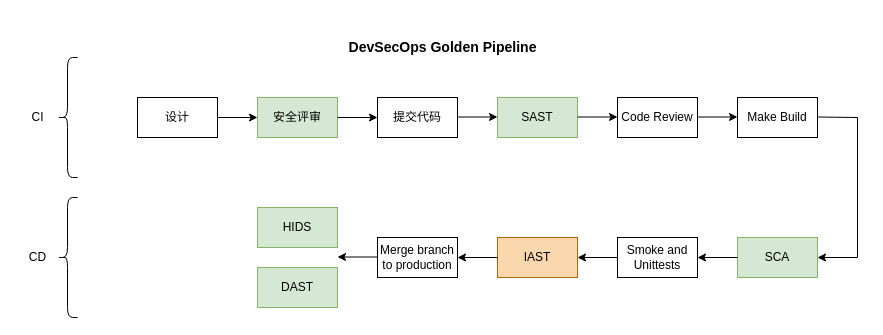
Earlier version of the draw.io diagram CICD.drawio (zzzskd/pictureandor). Source tidied: cells renumbered, new cells numbered last; positions are measured from the earlier drawing's top-left corner, leaving out a move shared by most shapes. Both pictures are drawn from the tidied source at 100%, with x=0, y=0 at pixel (17, 17).
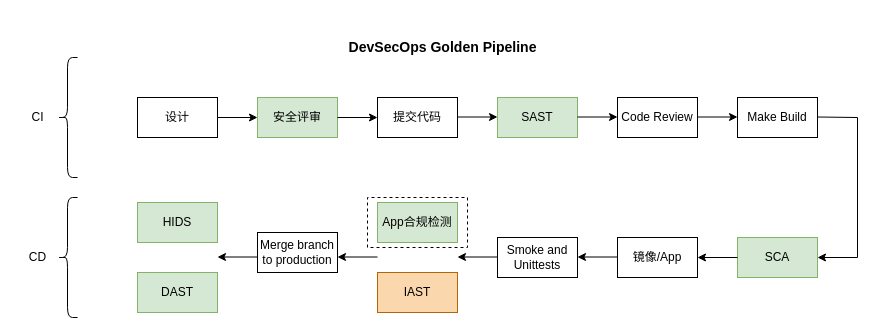
The same page after the edit.

What changed in the source:
```diff
@@
     <mxCell id="9" value="Smoke and Unittests" style="rounded=0;whiteSpace=wrap;html=1;" parent="1" vertex="1">
-      <mxGeometry x="600" y="220" width="80" height="40" as="geometry" />
+      <mxGeometry x="480" y="220" width="80" height="40" as="geometry" />
     </mxCell>
     <mxCell id="10" value="IAST" style="rounded=0;whiteSpace=wrap;html=1;fillColor=#fad7ac;strokeColor=#b46504;" parent="1" vertex="1">
-      <mxGeometry x="480" y="220" width="80" height="40" as="geometry" />
+      <mxGeometry x="360" y="255" width="80" height="40" as="geometry" />
     </mxCell>
     <mxCell id="11" value="Merge branch to production" style="rounded=0;whiteSpace=wrap;html=1;" parent="1" vertex="1">
-      <mxGeometry x="360" y="220" width="80" height="40" as="geometry" />
+      <mxGeometry x="240" y="215" width="80" height="40" as="geometry" />
     </mxCell>
     <mxCell id="12" value="HIDS" style="rounded=0;whiteSpace=wrap;html=1;fillColor=#d5e8d4;strokeColor=#82b366;" parent="1" vertex="1">
-      <mxGeometry x="240" y="190" width="80" height="40" as="geometry" />
+      <mxGeometry x="120" y="185" width="80" height="40" as="geometry" />
     </mxCell>
     <mxCell id="13" value="DAST" style="rounded=0;whiteSpace=wrap;html=1;fillColor=#d5e8d4;strokeColor=#82b366;" parent="1" vertex="1">
-      <mxGeometry x="240" y="250" width="80" height="40" as="geometry" />
+      <mxGeometry x="120" y="255" width="80" height="40" as="geometry" />
     </mxCell>
@@
     <mxCell id="21" style="endArrow=classic;html=1;rounded=0;" parent="1" edge="1">
       <mxGeometry relative="1" as="geometry">
-        <mxPoint x="600" y="240" as="sourcePoint" />
-        <mxPoint x="560" y="240" as="targetPoint" />
+        <mxPoint x="480" y="239.5" as="sourcePoint" />
+        <mxPoint x="440" y="239.5" as="targetPoint" />
       </mxGeometry>
     </mxCell>
     <mxCell id="22" style="endArrow=classic;html=1;rounded=0;" parent="1" edge="1">
       <mxGeometry relative="1" as="geometry">
-        <mxPoint x="480" y="240" as="sourcePoint" />
-        <mxPoint x="440" y="240" as="targetPoint" />
+        <mxPoint x="600" y="239.5" as="sourcePoint" />
+        <mxPoint x="560" y="239.5" as="targetPoint" />
       </mxGeometry>
     </mxCell>
     <mxCell id="23" style="endArrow=classic;html=1;rounded=0;" parent="1" edge="1">
       <mxGeometry relative="1" as="geometry">
-        <mxPoint x="360" y="239.5" as="sourcePoint" />
-        <mxPoint x="320" y="239.5" as="targetPoint" />
+        <mxPoint x="240" y="239.5" as="sourcePoint" />
+        <mxPoint x="200" y="239.5" as="targetPoint" />
       </mxGeometry>
     </mxCell>
@@
+    <mxCell id="29" value="镜像/App" style="rounded=0;whiteSpace=wrap;html=1;" parent="1" vertex="1">
+      <mxGeometry x="600" y="220" width="80" height="40" as="geometry" />
+    </mxCell>
+    <mxCell id="30" value="App合规检测" style="rounded=0;whiteSpace=wrap;html=1;fillColor=#d5e8d4;strokeColor=#82b366;" parent="1" vertex="1">
+      <mxGeometry x="360" y="185" width="80" height="40" as="geometry" />
+    </mxCell>
+    <mxCell id="31" style="endArrow=none;dashed=1;html=1;rounded=0;" parent="1" edge="1">
+      <mxGeometry relative="1" as="geometry">
+        <mxPoint x="350" y="230" as="sourcePoint" />
+        <mxPoint x="350" y="230" as="targetPoint" />
+        <Array as="points">
+          <mxPoint x="350" y="180" />
+          <mxPoint x="450" y="180" />
+          <mxPoint x="450" y="230" />
+        </Array>
+      </mxGeometry>
+    </mxCell>
+    <mxCell id="32" style="endArrow=classic;html=1;rounded=0;" parent="1" edge="1">
+      <mxGeometry relative="1" as="geometry">
+        <mxPoint x="360" y="239.5" as="sourcePoint" />
+        <mxPoint x="320" y="239.5" as="targetPoint" />
+      </mxGeometry>
+    </mxCell>
```
